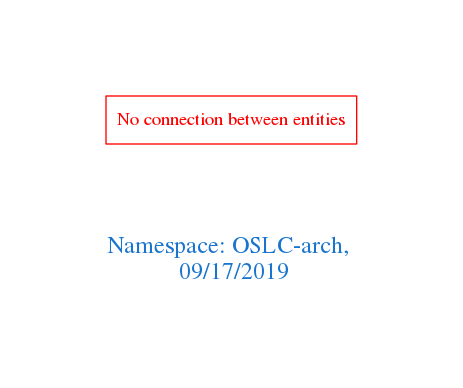
Above: downloads/OSLC-arch.png in arago/OGIT (Graphviz), before the change. Its source is kept beside it as downloads/OSLC-arch.dot. Its diagram source:
```dot
digraph OGIT_ontology {
 graph [ rankdir= LR,pad=1
fontsize = 18,
fontcolor= dodgerblue3,label = "\n\n\nNamespace: OSLC-arch, \n 09/17/2019"];
node[shape=polygon];
edge [  color="gray81"];

"No connection between entities" [fontcolor = "red",color="red", shape="polygon"]
}
```
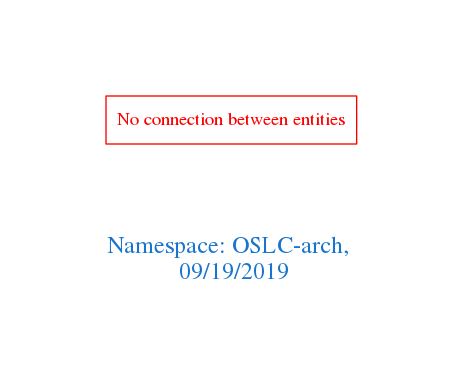
The same diagram one commit later.

What changed in the source:
```diff
@@ -1,7 +1,7 @@
 digraph OGIT_ontology {
  graph [ rankdir= LR,pad=1
 fontsize = 18,
-fontcolor= dodgerblue3,label = "\n\n\nNamespace: OSLC-arch, \n 09/17/2019"];
+fontcolor= dodgerblue3,label = "\n\n\nNamespace: OSLC-arch, \n 09/19/2019"];
 node[shape=polygon];
 edge [  color="gray81"];
 
```
